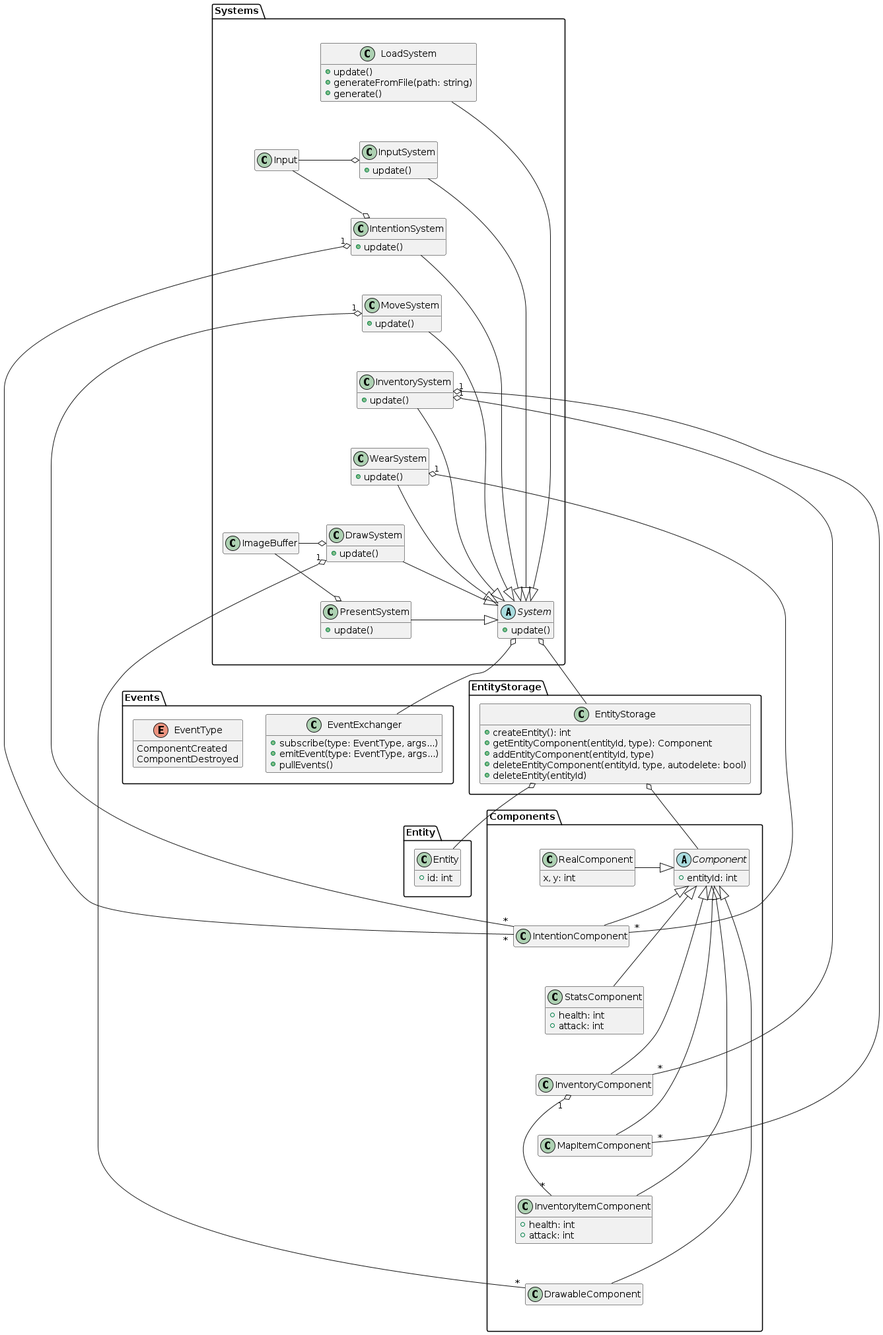
This is docs/diagrams/class_diagram.png from SoftwareArchitecture2022/roguelike, a PlantUML export, as it was before one commit.
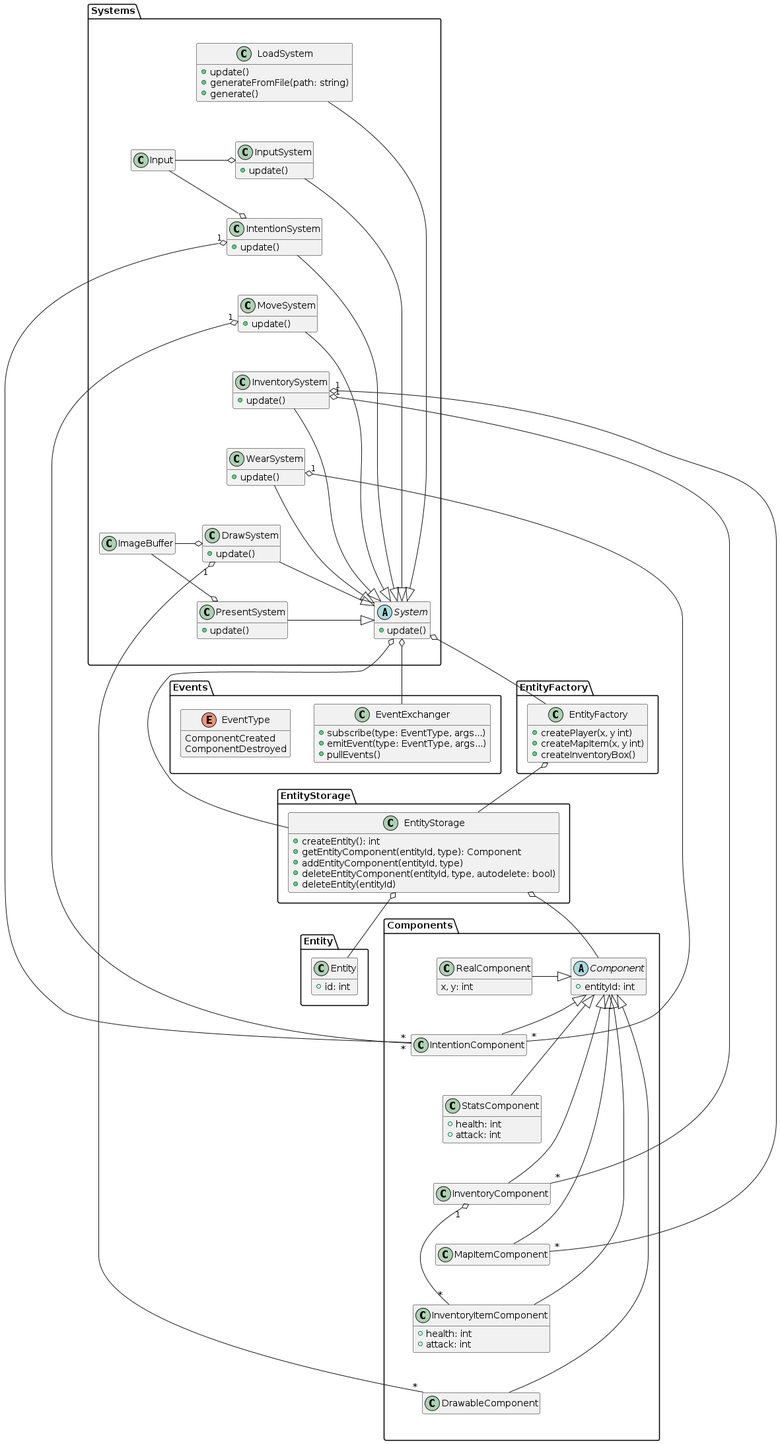
Later version of the same file.

Commit message:
Added entity factory

What changed in the source:
```diff
@@ -14,6 +14,14 @@
         + addEntityComponent(entityId, type)
         + deleteEntityComponent(entityId, type, autodelete: bool)
         + deleteEntity(entityId)
+    }
+}
+
+package EntityFactory {
+    class EntityFactory {
+        + createPlayer(x, y int)
+        + createMapItem(x, y int)
+        + createInventoryBox()
     }
 }
 
@@ -163,5 +171,7 @@
 
 System o-- EventExchanger
 System o-- EntityStorage
+System o-- EntityFactory
+EntityFactory o-- EntityStorage
 
 @enduml
```
